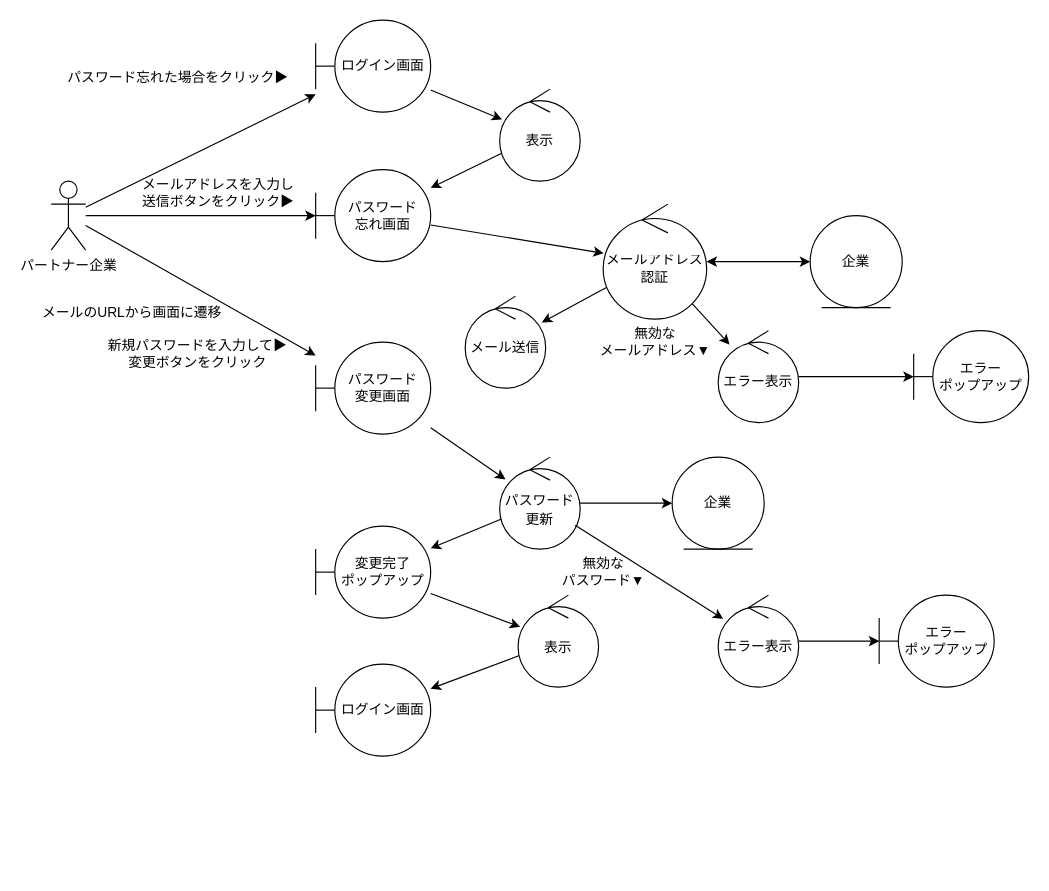
Before: page "パスワード変更" (4 of 11) of out/ロバストネス図/パートナー企業-ロバストネス図.drawio in ksw2270227/GroupF, a draw.io diagram. Source tidied: cells renumbered, new cells numbered last; positions are measured from the earlier drawing's top-left corner, leaving out a move shared by most shapes. Both pictures are drawn from the tidied source at 115%, with x=0, y=0 at pixel (28, 20).
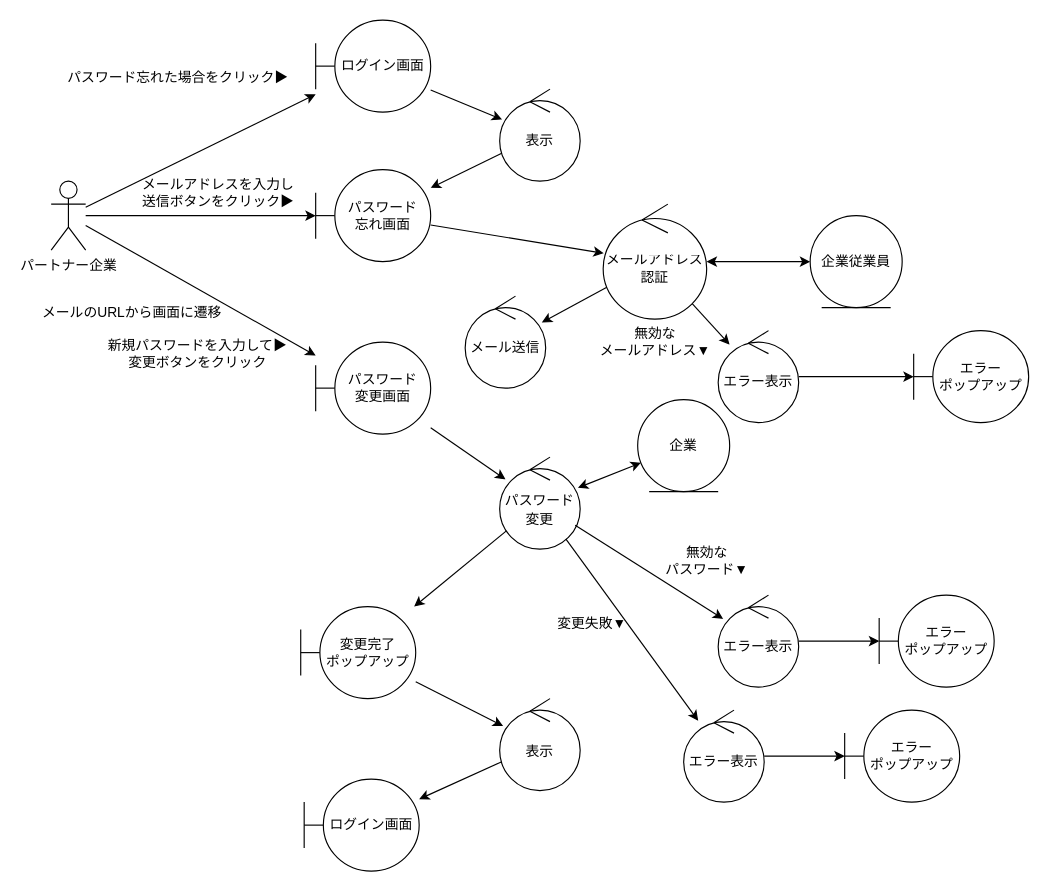
The same page after the edit.

Diff of the diagram source:
```diff
@@
-    <mxCell id="16" value="企業" style="ellipse;shape=umlEntity;whiteSpace=wrap;html=1;" parent="1" vertex="1">
+    <mxCell id="16" value="企業従業員" style="ellipse;shape=umlEntity;whiteSpace=wrap;html=1;" parent="1" vertex="1">
       <mxGeometry x="680" y="170" width="80" height="80" as="geometry" />
     </mxCell>
@@
     <mxCell id="25" value="&lt;span style=&quot;font-size: 12px;&quot;&gt;変更完了&lt;br&gt;ポップアップ&lt;br&gt;&lt;/span&gt;" style="shape=umlBoundary;whiteSpace=wrap;html=1;fontSize=9;" parent="1" vertex="1">
-      <mxGeometry x="250" y="440" width="100" height="80" as="geometry" />
+      <mxGeometry x="237" y="510" width="100" height="80" as="geometry" />
     </mxCell>
     <mxCell id="26" value="企業" style="ellipse;shape=umlEntity;whiteSpace=wrap;html=1;" parent="1" vertex="1">
-      <mxGeometry x="560" y="380" width="80" height="80" as="geometry" />
+      <mxGeometry x="530" y="330" width="80" height="80" as="geometry" />
     </mxCell>
@@
-    <mxCell id="28" style="edgeStyle=none;html=1;fontSize=14;startArrow=none;startFill=0;endArrow=classic;endFill=1;" parent="1" edge="1" source="29" target="26">
+    <mxCell id="28" style="edgeStyle=none;html=1;fontSize=14;startArrow=classic;startFill=1;endArrow=classic;endFill=1;" parent="1" edge="1" source="29" target="26">
       <mxGeometry relative="1" as="geometry" />
     </mxCell>
+    <mxCell id="42" style="edgeStyle=none;html=1;" parent="1" edge="1" source="29" target="44">
+      <mxGeometry relative="1" as="geometry" />
+    </mxCell>
-    <mxCell id="29" value="&lt;font style=&quot;font-size: 12px;&quot;&gt;パスワード更新&lt;/font&gt;" style="ellipse;shape=umlControl;whiteSpace=wrap;html=1;fontSize=14;" parent="1" vertex="1">
+    <mxCell id="29" value="&lt;font style=&quot;font-size: 12px;&quot;&gt;パスワード変更&lt;/font&gt;" style="ellipse;shape=umlControl;whiteSpace=wrap;html=1;fontSize=14;" parent="1" vertex="1">
       <mxGeometry x="410" y="380" width="70" height="80" as="geometry" />
     </mxCell>
@@
     <mxCell id="37" value="&lt;font style=&quot;font-size: 12px;&quot;&gt;ログイン画面&lt;/font&gt;" style="shape=umlBoundary;whiteSpace=wrap;html=1;fontSize=9;" parent="1" vertex="1">
-      <mxGeometry x="250" y="560" width="100" height="80" as="geometry" />
+      <mxGeometry x="240" y="660" width="100" height="80" as="geometry" />
     </mxCell>
     <mxCell id="38" value="&lt;span style=&quot;font-size: 12px;&quot;&gt;表示&lt;/span&gt;" style="ellipse;shape=umlControl;whiteSpace=wrap;html=1;fontSize=14;" parent="1" vertex="1">
-      <mxGeometry x="426" y="500" width="70" height="80" as="geometry" />
+      <mxGeometry x="410" y="590" width="70" height="80" as="geometry" />
     </mxCell>
@@
     <mxCell id="41" value="無効な&lt;br&gt;パスワード▼" style="text;html=1;align=center;verticalAlign=middle;strokeColor=none;fillColor=none;fontSize=12;" parent="1" vertex="1">
-      <mxGeometry x="450" y="460" width="100" height="40" as="geometry" />
+      <mxGeometry x="540" y="450" width="100" height="40" as="geometry" />
     </mxCell>
+    <mxCell id="43" style="edgeStyle=none;html=1;fontSize=14;" parent="1" edge="1" source="44" target="45">
+      <mxGeometry relative="1" as="geometry" />
+    </mxCell>
+    <mxCell id="44" value="&lt;font style=&quot;font-size: 12px;&quot;&gt;エラー表示&lt;/font&gt;" style="ellipse;shape=umlControl;whiteSpace=wrap;html=1;fontSize=9;" parent="1" vertex="1">
+      <mxGeometry x="570" y="600" width="70" height="80" as="geometry" />
+    </mxCell>
+    <mxCell id="45" value="&lt;font style=&quot;font-size: 12px;&quot;&gt;エラー&lt;br&gt;ポップアップ&lt;br&gt;&lt;/font&gt;" style="shape=umlBoundary;whiteSpace=wrap;html=1;fontSize=9;" parent="1" vertex="1">
+      <mxGeometry x="710" y="600" width="100" height="80" as="geometry" />
+    </mxCell>
+    <mxCell id="46" value="変更失敗▼" style="text;html=1;align=center;verticalAlign=middle;strokeColor=none;fillColor=none;fontSize=12;" parent="1" vertex="1">
+      <mxGeometry x="450" y="510" width="80" height="30" as="geometry" />
+    </mxCell>
```
